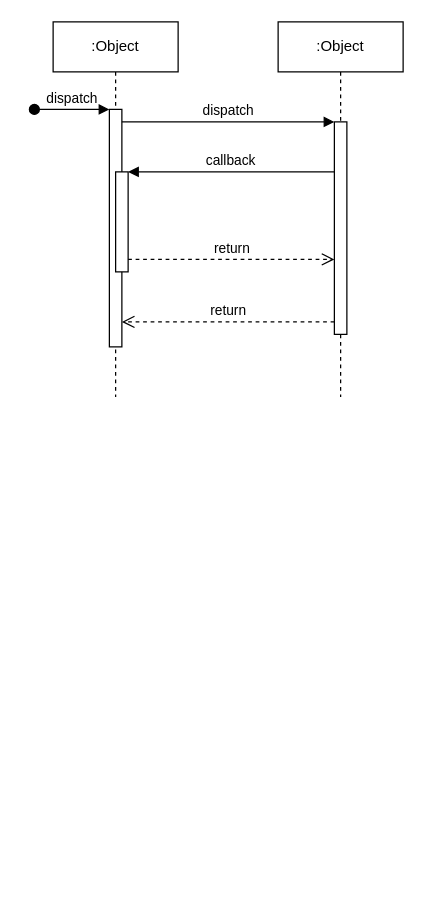
BIRDSOpenSource/BIRDSRP-OBC keeps this draw.io diagram as Diagrams/50_pin_assignment.drawio. Above is the earlier version. Source tidied: cells renumbered, new cells numbered last; positions are measured from the earlier drawing's top-left corner, leaving out a move shared by most shapes. Both pictures are drawn from the tidied source at 125%, with x=0, y=0 at pixel (34, 21).
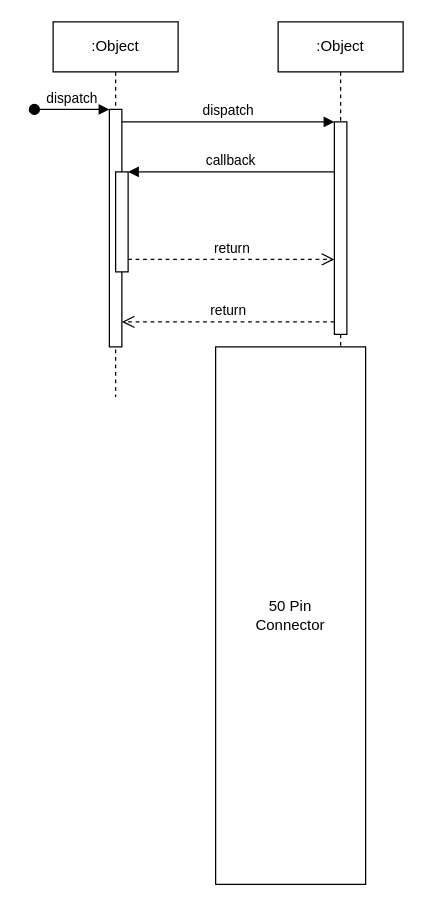
After the change.

The edit, as a diff of the source:
```diff
@@
 <mxGraphModel>
   <root>
     <mxCell id="0" />
     <mxCell id="1" parent="0" />
     <mxCell id="2" value=":Object" style="shape=umlLifeline;perimeter=lifelinePerimeter;whiteSpace=wrap;html=1;newEdgeStyle={&quot;edgeStyle&quot;:&quot;elbowEdgeStyle&quot;,&quot;elbow&quot;:&quot;vertical&quot;,&quot;curved&quot;:0,&quot;rounded&quot;:0};" parent="1" vertex="1">
       <mxGeometry x="15" width="100" height="300" as="geometry" />
     </mxCell>
     <mxCell id="3" style="html=1;points=[];perimeter=orthogonalPerimeter;outlineConnect=0;targetShapes=umlLifeline;portConstraint=eastwest;newEdgeStyle={&quot;edgeStyle&quot;:&quot;elbowEdgeStyle&quot;,&quot;elbow&quot;:&quot;vertical&quot;,&quot;curved&quot;:0,&quot;rounded&quot;:0};" parent="2" vertex="1">
       <mxGeometry x="45" y="70" width="10" height="190" as="geometry" />
     </mxCell>
     <mxCell id="4" value="dispatch" style="html=1;verticalAlign=bottom;startArrow=oval;endArrow=block;startSize=8;edgeStyle=elbowEdgeStyle;elbow=vertical;curved=0;rounded=0;" parent="2" edge="1" target="3">
       <mxGeometry relative="1" as="geometry">
         <mxPoint x="-15" y="70" as="sourcePoint" />
       </mxGeometry>
     </mxCell>
     <mxCell id="5" style="html=1;points=[];perimeter=orthogonalPerimeter;outlineConnect=0;targetShapes=umlLifeline;portConstraint=eastwest;newEdgeStyle={&quot;edgeStyle&quot;:&quot;elbowEdgeStyle&quot;,&quot;elbow&quot;:&quot;vertical&quot;,&quot;curved&quot;:0,&quot;rounded&quot;:0};" parent="2" vertex="1">
       <mxGeometry x="50" y="120" width="10" height="80" as="geometry" />
     </mxCell>
     <mxCell id="6" value=":Object" style="shape=umlLifeline;perimeter=lifelinePerimeter;whiteSpace=wrap;html=1;newEdgeStyle={&quot;edgeStyle&quot;:&quot;elbowEdgeStyle&quot;,&quot;elbow&quot;:&quot;vertical&quot;,&quot;curved&quot;:0,&quot;rounded&quot;:0};" parent="1" vertex="1">
       <mxGeometry x="195" width="100" height="300" as="geometry" />
     </mxCell>
     <mxCell id="7" style="html=1;points=[];perimeter=orthogonalPerimeter;outlineConnect=0;targetShapes=umlLifeline;portConstraint=eastwest;newEdgeStyle={&quot;edgeStyle&quot;:&quot;elbowEdgeStyle&quot;,&quot;elbow&quot;:&quot;vertical&quot;,&quot;curved&quot;:0,&quot;rounded&quot;:0};" parent="6" vertex="1">
       <mxGeometry x="45" y="80" width="10" height="170" as="geometry" />
     </mxCell>
     <mxCell id="8" value="dispatch" style="html=1;verticalAlign=bottom;endArrow=block;edgeStyle=elbowEdgeStyle;elbow=vertical;curved=0;rounded=0;" parent="1" edge="1" source="3" target="7">
       <mxGeometry relative="1" as="geometry">
         <Array as="points">
           <mxPoint x="155" y="80" />
         </Array>
       </mxGeometry>
     </mxCell>
     <mxCell id="9" value="return" style="html=1;verticalAlign=bottom;endArrow=open;dashed=1;endSize=8;edgeStyle=elbowEdgeStyle;elbow=vertical;curved=0;rounded=0;" parent="1" edge="1" source="7" target="3">
       <mxGeometry relative="1" as="geometry">
         <Array as="points">
           <mxPoint x="165" y="240" />
         </Array>
       </mxGeometry>
     </mxCell>
     <mxCell id="10" value="callback" style="html=1;verticalAlign=bottom;endArrow=block;edgeStyle=elbowEdgeStyle;elbow=vertical;curved=0;rounded=0;" parent="1" edge="1" source="7" target="5">
       <mxGeometry relative="1" as="geometry">
         <Array as="points">
           <mxPoint x="165" y="120" />
         </Array>
       </mxGeometry>
     </mxCell>
     <mxCell id="11" value="return" style="html=1;verticalAlign=bottom;endArrow=open;dashed=1;endSize=8;edgeStyle=elbowEdgeStyle;elbow=vertical;curved=0;rounded=0;" parent="1" edge="1" source="5" target="7">
       <mxGeometry relative="1" as="geometry">
         <Array as="points">
           <mxPoint x="155" y="190" />
         </Array>
       </mxGeometry>
     </mxCell>
+    <mxCell id="12" value="50 Pin&lt;div&gt;Connector&lt;/div&gt;" style="rounded=0;whiteSpace=wrap;html=1;" parent="1" vertex="1">
+      <mxGeometry x="145" y="260" width="120" height="430" as="geometry" />
+    </mxCell>
   </root>
 </mxGraphModel>
```
